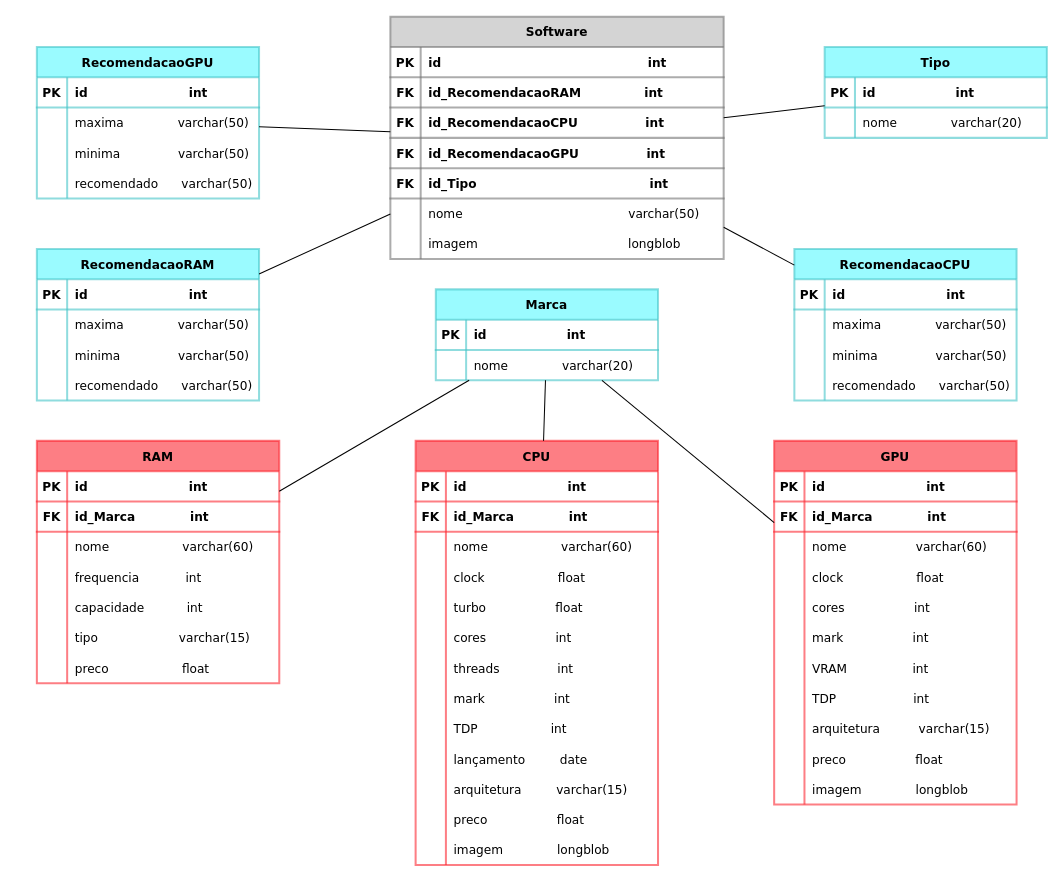
This is page "MER" (2 of 2) of Abstração do Projeto "GHYM".drawio from Tavares194/Project-GHYM-PJI231-2022, a draw.io file, before an edit. Source tidied: cells renumbered, new cells numbered last; positions are measured from the earlier drawing's top-left corner, leaving out a move shared by most shapes. Both pictures are drawn from the tidied source at 101%, with x=0, y=0 at pixel (36, 16).
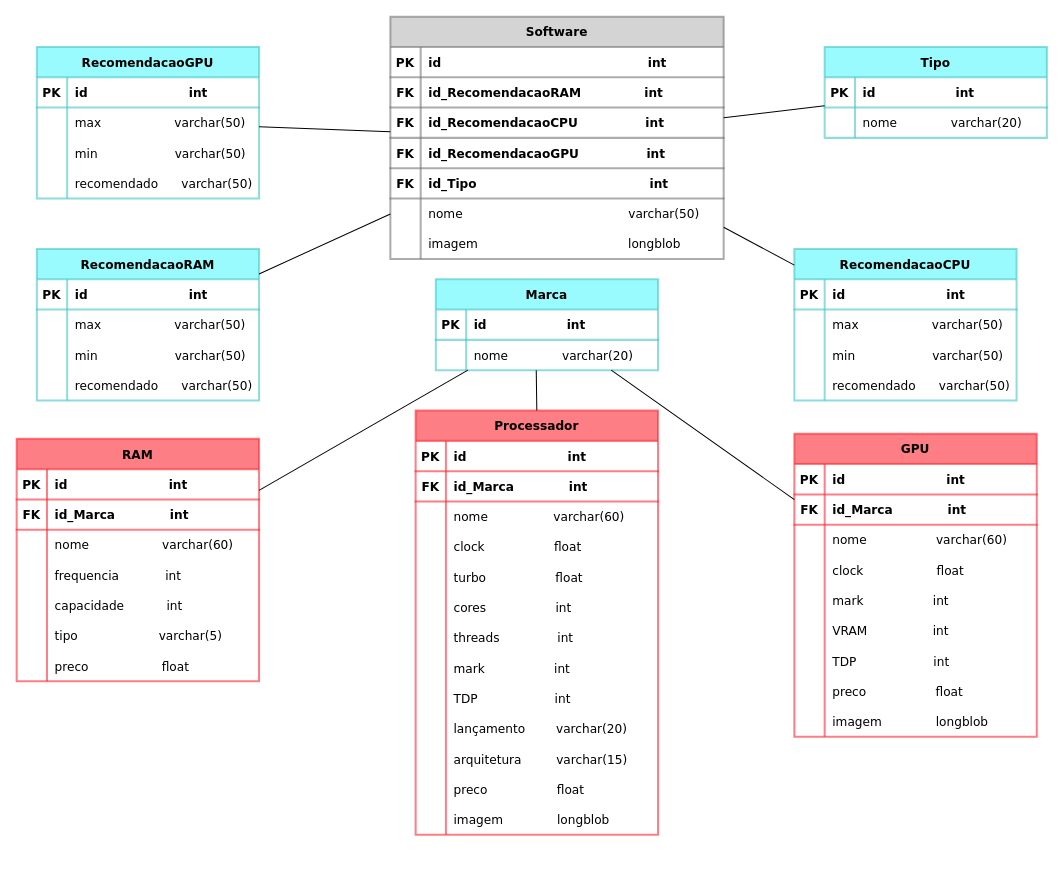
After the change.

Unchanged cells that the change refers to:
```xml
<mxCell id="6" style="shape=tableRow;horizontal=0;startSize=0;swimlaneHead=0;swimlaneBody=0;fillColor=none;top=0;left=0;right=0;bottom=0;shadow=0;fontFamily=Verdana;strokeColor=#45C5C9;strokeWidth=2;opacity=60;" parent="2" vertex="1">
  <mxGeometry y="60" width="220" height="30" as="geometry" />
</mxCell>
<mxCell id="9" style="shape=tableRow;horizontal=0;startSize=0;swimlaneHead=0;swimlaneBody=0;fillColor=none;top=0;left=0;right=0;bottom=0;shadow=0;fontFamily=Verdana;strokeColor=#45C5C9;strokeWidth=2;opacity=60;" parent="2" vertex="1">
  <mxGeometry y="90" width="220" height="30" as="geometry" />
</mxCell>
<mxCell id="19" style="shape=tableRow;horizontal=0;startSize=0;swimlaneHead=0;swimlaneBody=0;fillColor=none;top=0;left=0;right=0;bottom=0;shadow=0;fontFamily=Verdana;strokeColor=#45C5C9;strokeWidth=2;opacity=60;" parent="15" vertex="1">
  <mxGeometry y="60" width="220" height="30" as="geometry" />
</mxCell>
<mxCell id="22" style="shape=tableRow;horizontal=0;startSize=0;swimlaneHead=0;swimlaneBody=0;fillColor=none;top=0;left=0;right=0;bottom=0;shadow=0;fontFamily=Verdana;strokeColor=#45C5C9;strokeWidth=2;opacity=60;" parent="15" vertex="1">
  <mxGeometry y="90" width="220" height="30" as="geometry" />
</mxCell>
<mxCell id="61" style="shape=tableRow;horizontal=0;startSize=0;swimlaneHead=0;swimlaneBody=0;fillColor=none;points=[[0,0.5],[1,0.5]];portConstraint=eastwest;top=0;left=0;right=0;bottom=0;shadow=0;fontFamily=Verdana;strokeColor=#45C5C9;strokeWidth=2;opacity=60;" parent="57" vertex="1">
  <mxGeometry y="60" width="220" height="30" as="geometry" />
</mxCell>
<mxCell id="80" style="shape=tableRow;horizontal=0;startSize=0;swimlaneHead=0;swimlaneBody=0;fillColor=none;top=0;left=0;right=0;bottom=0;shadow=0;fontFamily=Verdana;strokeColor=#FC2832;strokeWidth=2;opacity=60;" parent="64" vertex="1">
  <mxGeometry y="180" width="240" height="30" as="geometry" />
</mxCell>
<mxCell id="93" style="shape=tableRow;horizontal=0;startSize=0;swimlaneHead=0;swimlaneBody=0;fillColor=none;top=0;left=0;right=0;bottom=0;shadow=0;fontFamily=Verdana;strokeColor=#FC2832;strokeWidth=2;opacity=60;" parent="86" vertex="1">
  <mxGeometry y="90" width="240" height="30" as="geometry" />
</mxCell>
<mxCell id="96" style="shape=tableRow;horizontal=0;startSize=0;swimlaneHead=0;swimlaneBody=0;fillColor=none;top=0;left=0;right=0;bottom=0;shadow=0;fontFamily=Verdana;strokeColor=#FC2832;strokeWidth=2;opacity=60;" parent="86" vertex="1">
  <mxGeometry y="120" width="240" height="30" as="geometry" />
</mxCell>
<mxCell id="111" style="shape=tableRow;horizontal=0;startSize=0;swimlaneHead=0;swimlaneBody=0;fillColor=none;top=0;left=0;right=0;bottom=0;shadow=0;fontFamily=Verdana;strokeColor=#FC2832;strokeWidth=2;opacity=60;" parent="86" vertex="1">
  <mxGeometry y="270" width="240" height="30" as="geometry" />
</mxCell>
<mxCell id="114" style="shape=tableRow;horizontal=0;startSize=0;swimlaneHead=0;swimlaneBody=0;fillColor=none;top=0;left=0;right=0;bottom=0;shadow=0;fontFamily=Verdana;strokeColor=#FC2832;strokeWidth=2;opacity=60;" parent="86" vertex="1">
  <mxGeometry y="300" width="240" height="30" as="geometry" />
</mxCell>
<mxCell id="164" style="shape=tableRow;horizontal=0;startSize=0;swimlaneHead=0;swimlaneBody=0;fillColor=none;top=0;left=0;right=0;bottom=0;shadow=0;fontFamily=Verdana;strokeColor=#45C5C9;strokeWidth=2;opacity=60;" parent="160" vertex="1">
  <mxGeometry y="60" width="220" height="30" as="geometry" />
</mxCell>
<mxCell id="167" style="shape=tableRow;horizontal=0;startSize=0;swimlaneHead=0;swimlaneBody=0;fillColor=none;top=0;left=0;right=0;bottom=0;shadow=0;fontFamily=Verdana;strokeColor=#45C5C9;strokeWidth=2;opacity=60;" parent="160" vertex="1">
  <mxGeometry y="90" width="220" height="30" as="geometry" />
</mxCell>
```

The edit, as a diff of the source:
```diff
@@
-    <mxCell id="8" value="maxima              varchar(50)" style="shape=partialRectangle;fillColor=none;top=0;left=0;bottom=0;right=0;align=left;spacingLeft=6;overflow=hidden;shadow=0;fontFamily=Verdana;strokeColor=#45C5C9;strokeWidth=2;opacity=60;" parent="6" vertex="1">
+    <mxCell id="8" value="max                   varchar(50)" style="shape=partialRectangle;fillColor=none;top=0;left=0;bottom=0;right=0;align=left;spacingLeft=6;overflow=hidden;shadow=0;fontFamily=Verdana;strokeColor=#45C5C9;strokeWidth=2;opacity=60;" parent="6" vertex="1">
       <mxGeometry x="30" width="190" height="30" as="geometry" />
     </mxCell>
@@
-    <mxCell id="11" value="minima               varchar(50)" style="shape=partialRectangle;fillColor=none;top=0;left=0;bottom=0;right=0;align=left;spacingLeft=6;overflow=hidden;shadow=0;fontFamily=Verdana;strokeColor=#45C5C9;strokeWidth=2;opacity=60;" parent="9" vertex="1">
+    <mxCell id="11" value="min                    varchar(50)" style="shape=partialRectangle;fillColor=none;top=0;left=0;bottom=0;right=0;align=left;spacingLeft=6;overflow=hidden;shadow=0;fontFamily=Verdana;strokeColor=#45C5C9;strokeWidth=2;opacity=60;" parent="9" vertex="1">
       <mxGeometry x="30" width="190" height="30" as="geometry" />
     </mxCell>
@@
-    <mxCell id="21" value="maxima              varchar(50)" style="shape=partialRectangle;fillColor=none;top=0;left=0;bottom=0;right=0;align=left;spacingLeft=6;overflow=hidden;shadow=0;fontFamily=Verdana;strokeColor=#45C5C9;strokeWidth=2;opacity=60;" parent="19" vertex="1">
+    <mxCell id="21" value="max                   varchar(50)" style="shape=partialRectangle;fillColor=none;top=0;left=0;bottom=0;right=0;align=left;spacingLeft=6;overflow=hidden;shadow=0;fontFamily=Verdana;strokeColor=#45C5C9;strokeWidth=2;opacity=60;" parent="19" vertex="1">
       <mxGeometry x="30" width="190" height="30" as="geometry" />
     </mxCell>
@@
-    <mxCell id="24" value="minima               varchar(50)" style="shape=partialRectangle;fillColor=none;top=0;left=0;bottom=0;right=0;align=left;spacingLeft=6;overflow=hidden;shadow=0;fontFamily=Verdana;strokeColor=#45C5C9;strokeWidth=2;opacity=60;" parent="22" vertex="1">
+    <mxCell id="24" value="min                    varchar(50)" style="shape=partialRectangle;fillColor=none;top=0;left=0;bottom=0;right=0;align=left;spacingLeft=6;overflow=hidden;shadow=0;fontFamily=Verdana;strokeColor=#45C5C9;strokeWidth=2;opacity=60;" parent="22" vertex="1">
       <mxGeometry x="30" width="190" height="30" as="geometry" />
     </mxCell>
@@
     <mxCell id="57" value="Marca" style="shape=table;startSize=30;childLayout=tableLayout;rowLines=0;fontStyle=1;align=center;shadow=0;fontFamily=Verdana;strokeColor=#45C5C9;strokeWidth=2;fillColor=#57F9FF;opacity=60;" parent="1" vertex="1">
-      <mxGeometry x="395" y="270" width="220" height="90" as="geometry" />
+      <mxGeometry x="395" y="260" width="220" height="90" as="geometry" />
     </mxCell>
@@
     <mxCell id="64" value="RAM" style="shape=table;startSize=30;childLayout=tableLayout;rowLines=0;fontStyle=1;align=center;shadow=0;fontFamily=Verdana;strokeColor=#FC2832;strokeWidth=2;fillColor=#FC2832;opacity=60;" parent="1" vertex="1">
-      <mxGeometry y="420" width="240" height="240" as="geometry" />
+      <mxGeometry x="-20" y="418" width="240" height="240" as="geometry" />
     </mxCell>
@@
-    <mxCell id="82" value="tipo                     varchar(15)" style="shape=partialRectangle;fillColor=none;top=0;left=0;bottom=0;right=0;align=left;spacingLeft=6;overflow=hidden;shadow=0;fontFamily=Verdana;strokeColor=#FC2832;strokeWidth=2;opacity=60;" parent="80" vertex="1">
+    <mxCell id="82" value="tipo                     varchar(5)" style="shape=partialRectangle;fillColor=none;top=0;left=0;bottom=0;right=0;align=left;spacingLeft=6;overflow=hidden;shadow=0;fontFamily=Verdana;strokeColor=#FC2832;strokeWidth=2;opacity=60;" parent="80" vertex="1">
       <mxGeometry x="30" width="210" height="30" as="geometry" />
     </mxCell>
@@
-    <mxCell id="86" value="CPU" style="shape=table;startSize=30;childLayout=tableLayout;rowLines=0;fontStyle=1;align=center;shadow=0;fontFamily=Verdana;strokeColor=#FC2832;strokeWidth=2;fillColor=#FC2832;opacity=60;" parent="1" vertex="1">
-      <mxGeometry x="375" y="420" width="240" height="420" as="geometry" />
+    <mxCell id="86" value="Processador" style="shape=table;startSize=30;childLayout=tableLayout;rowLines=0;fontStyle=1;align=center;shadow=0;fontFamily=Verdana;strokeColor=#FC2832;strokeWidth=2;fillColor=#FC2832;opacity=60;" parent="1" vertex="1">
+      <mxGeometry x="375" y="390" width="240" height="420" as="geometry" />
     </mxCell>
@@
-    <mxCell id="95" value="nome                   varchar(60)" style="shape=partialRectangle;fillColor=none;top=0;left=0;bottom=0;right=0;align=left;spacingLeft=6;overflow=hidden;shadow=0;fontFamily=Verdana;strokeColor=#FC2832;strokeWidth=2;opacity=60;" parent="93" vertex="1">
+    <mxCell id="95" value="nome                 varchar(60)" style="shape=partialRectangle;fillColor=none;top=0;left=0;bottom=0;right=0;align=left;spacingLeft=6;overflow=hidden;shadow=0;fontFamily=Verdana;strokeColor=#FC2832;strokeWidth=2;opacity=60;" parent="93" vertex="1">
       <mxGeometry x="30" width="210" height="30" as="geometry" />
     </mxCell>
@@
-    <mxCell id="98" value="clock                   float" style="shape=partialRectangle;fillColor=none;top=0;left=0;bottom=0;right=0;align=left;spacingLeft=6;overflow=hidden;shadow=0;fontFamily=Verdana;strokeColor=#FC2832;strokeWidth=2;opacity=60;" parent="96" vertex="1">
+    <mxCell id="98" value="clock                  float" style="shape=partialRectangle;fillColor=none;top=0;left=0;bottom=0;right=0;align=left;spacingLeft=6;overflow=hidden;shadow=0;fontFamily=Verdana;strokeColor=#FC2832;strokeWidth=2;opacity=60;" parent="96" vertex="1">
       <mxGeometry x="30" width="210" height="30" as="geometry" />
     </mxCell>
@@
-    <mxCell id="113" value="TDP                   int" style="shape=partialRectangle;fillColor=none;top=0;left=0;bottom=0;right=0;align=left;spacingLeft=6;overflow=hidden;shadow=0;fontFamily=Verdana;strokeColor=#FC2832;strokeWidth=2;opacity=60;" parent="111" vertex="1">
+    <mxCell id="113" value="TDP                    int" style="shape=partialRectangle;fillColor=none;top=0;left=0;bottom=0;right=0;align=left;spacingLeft=6;overflow=hidden;shadow=0;fontFamily=Verdana;strokeColor=#FC2832;strokeWidth=2;opacity=60;" parent="111" vertex="1">
       <mxGeometry x="30" width="210" height="30" as="geometry" />
     </mxCell>
@@
-    <mxCell id="116" value="lançamento         date" style="shape=partialRectangle;fillColor=none;top=0;left=0;bottom=0;right=0;align=left;spacingLeft=6;overflow=hidden;shadow=0;fontFamily=Verdana;strokeColor=#FC2832;strokeWidth=2;opacity=60;" parent="114" vertex="1">
+    <mxCell id="116" value="lançamento        varchar(20)" style="shape=partialRectangle;fillColor=none;top=0;left=0;bottom=0;right=0;align=left;spacingLeft=6;overflow=hidden;shadow=0;fontFamily=Verdana;strokeColor=#FC2832;strokeWidth=2;opacity=60;" parent="114" vertex="1">
       <mxGeometry x="30" width="210" height="30" as="geometry" />
     </mxCell>
@@
     <mxCell id="126" value="GPU" style="shape=table;startSize=30;childLayout=tableLayout;rowLines=0;fontStyle=1;align=center;shadow=0;fontFamily=Verdana;strokeColor=#FC2832;strokeWidth=2;fillColor=#FC2832;opacity=60;" parent="1" vertex="1">
-      <mxGeometry x="730" y="420" width="240" height="360" as="geometry" />
+      <mxGeometry x="750" y="413" width="240" height="300" as="geometry" />
     </mxCell>
@@
-    <mxCell id="139" style="shape=tableRow;horizontal=0;startSize=0;swimlaneHead=0;swimlaneBody=0;fillColor=none;top=0;left=0;right=0;bottom=0;shadow=0;fontFamily=Verdana;strokeColor=#FC2832;strokeWidth=2;opacity=60;" parent="126" vertex="1">
-      <mxGeometry y="150" width="240" height="30" as="geometry" />
-    </mxCell>
-    <mxCell id="140" style="shape=partialRectangle;fillColor=none;top=0;left=0;bottom=0;right=0;overflow=hidden;shadow=0;fontFamily=Verdana;strokeColor=#FC2832;strokeWidth=2;opacity=60;" parent="139" vertex="1">
-      <mxGeometry width="30" height="30" as="geometry" />
-    </mxCell>
-    <mxCell id="141" value="cores                  int" style="shape=partialRectangle;fillColor=none;top=0;left=0;bottom=0;right=0;align=left;spacingLeft=6;overflow=hidden;shadow=0;fontFamily=Verdana;strokeColor=#FC2832;strokeWidth=2;opacity=60;" parent="139" vertex="1">
-      <mxGeometry x="30" width="210" height="30" as="geometry" />
-    </mxCell>
     <mxCell id="142" style="shape=tableRow;horizontal=0;startSize=0;swimlaneHead=0;swimlaneBody=0;fillColor=none;top=0;left=0;right=0;bottom=0;shadow=0;fontFamily=Verdana;strokeColor=#FC2832;strokeWidth=2;opacity=60;" parent="126" vertex="1">
-      <mxGeometry y="180" width="240" height="30" as="geometry" />
+      <mxGeometry y="150" width="240" height="30" as="geometry" />
     </mxCell>
@@
     <mxCell id="145" style="shape=tableRow;horizontal=0;startSize=0;swimlaneHead=0;swimlaneBody=0;fillColor=none;top=0;left=0;right=0;bottom=0;shadow=0;fontFamily=Verdana;strokeColor=#FC2832;strokeWidth=2;opacity=60;" parent="126" vertex="1">
-      <mxGeometry y="210" width="240" height="30" as="geometry" />
+      <mxGeometry y="180" width="240" height="30" as="geometry" />
     </mxCell>
@@
     <mxCell id="148" style="shape=tableRow;horizontal=0;startSize=0;swimlaneHead=0;swimlaneBody=0;fillColor=none;top=0;left=0;right=0;bottom=0;shadow=0;fontFamily=Verdana;strokeColor=#FC2832;strokeWidth=2;opacity=60;" parent="126" vertex="1">
-      <mxGeometry y="240" width="240" height="30" as="geometry" />
+      <mxGeometry y="210" width="240" height="30" as="geometry" />
     </mxCell>
@@
-    <mxCell id="151" style="shape=tableRow;horizontal=0;startSize=0;swimlaneHead=0;swimlaneBody=0;fillColor=none;top=0;left=0;right=0;bottom=0;shadow=0;fontFamily=Verdana;strokeColor=#FC2832;strokeWidth=2;opacity=60;" parent="126" vertex="1">
-      <mxGeometry y="270" width="240" height="30" as="geometry" />
-    </mxCell>
-    <mxCell id="152" style="shape=partialRectangle;fillColor=none;top=0;left=0;bottom=0;right=0;overflow=hidden;shadow=0;fontFamily=Verdana;strokeColor=#FC2832;strokeWidth=2;opacity=60;" parent="151" vertex="1">
-      <mxGeometry width="30" height="30" as="geometry" />
-    </mxCell>
-    <mxCell id="153" value="arquitetura          varchar(15)" style="shape=partialRectangle;fillColor=none;top=0;left=0;bottom=0;right=0;align=left;spacingLeft=6;overflow=hidden;shadow=0;fontFamily=Verdana;strokeColor=#FC2832;strokeWidth=2;opacity=60;" parent="151" vertex="1">
-      <mxGeometry x="30" width="210" height="30" as="geometry" />
-    </mxCell>
     <mxCell id="154" style="shape=tableRow;horizontal=0;startSize=0;swimlaneHead=0;swimlaneBody=0;fillColor=none;top=0;left=0;right=0;bottom=0;shadow=0;fontFamily=Verdana;strokeColor=#FC2832;strokeWidth=2;opacity=60;" parent="126" vertex="1">
-      <mxGeometry y="300" width="240" height="30" as="geometry" />
+      <mxGeometry y="240" width="240" height="30" as="geometry" />
     </mxCell>
@@
     <mxCell id="157" style="shape=tableRow;horizontal=0;startSize=0;swimlaneHead=0;swimlaneBody=0;fillColor=none;top=0;left=0;right=0;bottom=0;shadow=0;fontFamily=Verdana;strokeColor=#FC2832;strokeWidth=2;opacity=60;" parent="126" vertex="1">
-      <mxGeometry y="330" width="240" height="30" as="geometry" />
+      <mxGeometry y="270" width="240" height="30" as="geometry" />
     </mxCell>
@@
-    <mxCell id="166" value="maxima              varchar(50)" style="shape=partialRectangle;fillColor=none;top=0;left=0;bottom=0;right=0;align=left;spacingLeft=6;overflow=hidden;shadow=0;fontFamily=Verdana;strokeColor=#45C5C9;strokeWidth=2;opacity=60;" parent="164" vertex="1">
+    <mxCell id="166" value="max                   varchar(50)" style="shape=partialRectangle;fillColor=none;top=0;left=0;bottom=0;right=0;align=left;spacingLeft=6;overflow=hidden;shadow=0;fontFamily=Verdana;strokeColor=#45C5C9;strokeWidth=2;opacity=60;" parent="164" vertex="1">
       <mxGeometry x="30" width="190" height="30" as="geometry" />
     </mxCell>
@@
-    <mxCell id="169" value="minima               varchar(50)" style="shape=partialRectangle;fillColor=none;top=0;left=0;bottom=0;right=0;align=left;spacingLeft=6;overflow=hidden;shadow=0;fontFamily=Verdana;strokeColor=#45C5C9;strokeWidth=2;opacity=60;" parent="167" vertex="1">
+    <mxCell id="169" value="min                    varchar(50)" style="shape=partialRectangle;fillColor=none;top=0;left=0;bottom=0;right=0;align=left;spacingLeft=6;overflow=hidden;shadow=0;fontFamily=Verdana;strokeColor=#45C5C9;strokeWidth=2;opacity=60;" parent="167" vertex="1">
       <mxGeometry x="30" width="190" height="30" as="geometry" />
     </mxCell>
@@
-    <mxCell id="178" style="endArrow=none;html=1;rounded=0;shadow=0;fontFamily=Verdana;" parent="1" edge="1" source="57" target="86">
-      <mxGeometry relative="1" as="geometry" />
-    </mxCell>
@@
+    <mxCell id="180" style="endArrow=none;html=1;rounded=0;entryX=0.5;entryY=0;entryDx=0;entryDy=0;exitX=0.452;exitY=1.003;exitDx=0;exitDy=0;exitPerimeter=0;" parent="1" edge="1" source="61" target="86">
+      <mxGeometry relative="1" as="geometry" />
+    </mxCell>
```
